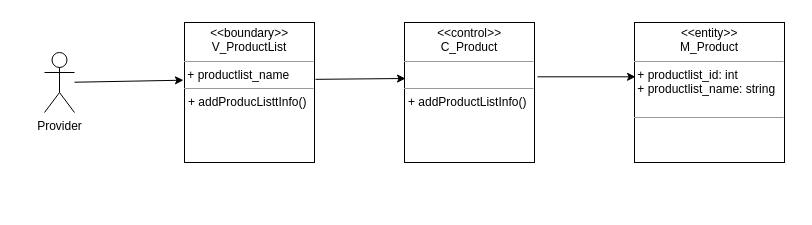
The draw.io diagram Lop_tham_gia_Usecase/ThemDanhMucSanPhamClass.drawio in hoangminh15/PTTKHT, before the edit. Source tidied: cells renumbered, new cells numbered last; positions are measured from the earlier drawing's top-left corner, leaving out a move shared by most shapes. Both pictures are drawn from the tidied source at 100%, with x=0, y=0 at pixel (44, 22).
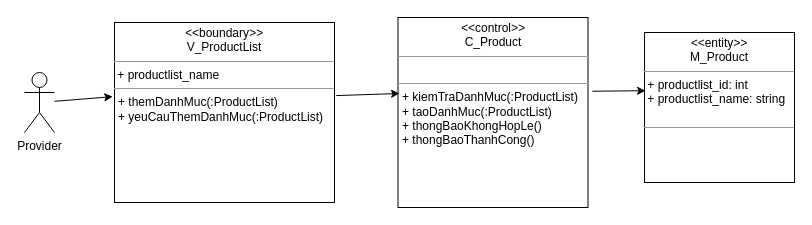
Above is the later version.

Change to the diagram source:
```diff
@@
 <mxGraphModel>
   <root>
     <mxCell id="0" />
     <mxCell id="1" parent="0" />
     <mxCell id="2" value="Provider" style="shape=umlActor;verticalLabelPosition=bottom;verticalAlign=top;html=1;" parent="1" vertex="1">
-      <mxGeometry y="30" width="30" height="60" as="geometry" />
+      <mxGeometry x="-20" y="50" width="30" height="60" as="geometry" />
     </mxCell>
-    <mxCell id="3" value="&lt;p style=&quot;margin: 0px ; margin-top: 4px ; text-align: center&quot;&gt;&lt;i&gt;&amp;lt;&lt;/i&gt;&amp;lt;boundary&lt;i&gt;&amp;gt;&amp;gt;&lt;/i&gt;&lt;br&gt;V_ProductList&lt;/p&gt;&lt;hr size=&quot;1&quot;&gt;&amp;nbsp;+ productlist_name&lt;br&gt;&lt;hr size=&quot;1&quot;&gt;&lt;p style=&quot;margin: 0px ; margin-left: 4px&quot;&gt;+ addProducListtInfo()&lt;br&gt;&lt;/p&gt;" style="verticalAlign=top;align=left;overflow=fill;fontSize=12;fontFamily=Helvetica;html=1;" parent="1" vertex="1">
-      <mxGeometry x="140" width="130" height="140" as="geometry" />
+    <mxCell id="3" value="&lt;p style=&quot;margin: 0px ; margin-top: 4px ; text-align: center&quot;&gt;&lt;i&gt;&amp;lt;&lt;/i&gt;&amp;lt;boundary&lt;i&gt;&amp;gt;&amp;gt;&lt;/i&gt;&lt;br&gt;V_ProductList&lt;/p&gt;&lt;hr size=&quot;1&quot;&gt;&amp;nbsp;+ productlist_name&lt;br&gt;&lt;hr size=&quot;1&quot;&gt;&lt;p style=&quot;margin: 0px ; margin-left: 4px&quot;&gt;+ themDanhMuc(:ProductList)&lt;/p&gt;&lt;p style=&quot;margin: 0px ; margin-left: 4px&quot;&gt;+ yeuCauThemDanhMuc(:ProductList)&lt;/p&gt;" style="verticalAlign=top;align=left;overflow=fill;fontSize=12;fontFamily=Helvetica;html=1;" parent="1" vertex="1">
+      <mxGeometry x="70" width="220" height="180" as="geometry" />
     </mxCell>
-    <mxCell id="4" value="&lt;p style=&quot;margin: 0px ; margin-top: 4px ; text-align: center&quot;&gt;&lt;i&gt;&amp;lt;&lt;/i&gt;&amp;lt;control&lt;i&gt;&amp;gt;&amp;gt;&lt;/i&gt;&lt;br&gt;C_Product&lt;/p&gt;&lt;hr size=&quot;1&quot;&gt;&lt;br&gt;&lt;hr size=&quot;1&quot;&gt;&lt;p style=&quot;margin: 0px ; margin-left: 4px&quot;&gt;+ addProductListInfo()&lt;br&gt;&lt;br&gt;&lt;/p&gt;" style="verticalAlign=top;align=left;overflow=fill;fontSize=12;fontFamily=Helvetica;html=1;" parent="1" vertex="1">
-      <mxGeometry x="360" width="130" height="140" as="geometry" />
+    <mxCell id="4" value="&lt;p style=&quot;margin: 0px ; margin-top: 4px ; text-align: center&quot;&gt;&lt;i&gt;&amp;lt;&lt;/i&gt;&amp;lt;control&lt;i&gt;&amp;gt;&amp;gt;&lt;/i&gt;&lt;br&gt;C_Product&lt;/p&gt;&lt;hr size=&quot;1&quot;&gt;&lt;br&gt;&lt;hr size=&quot;1&quot;&gt;&lt;p style=&quot;margin: 0px ; margin-left: 4px&quot;&gt;+ kiemTraDanhMuc(:ProductList)&lt;/p&gt;&lt;p style=&quot;margin: 0px ; margin-left: 4px&quot;&gt;+ taoDanhMuc(:ProductList)&lt;/p&gt;&lt;p style=&quot;margin: 0px ; margin-left: 4px&quot;&gt;+ thongBaoKhongHopLe()&lt;/p&gt;&lt;p style=&quot;margin: 0px ; margin-left: 4px&quot;&gt;+ thongBaoThanhCong()&lt;br&gt;&lt;/p&gt;" style="verticalAlign=top;align=left;overflow=fill;fontSize=12;fontFamily=Helvetica;html=1;" parent="1" vertex="1">
+      <mxGeometry x="353.5" y="-5" width="190" height="190" as="geometry" />
     </mxCell>
     <mxCell id="5" style="endArrow=classic;html=1;exitX=1.008;exitY=0.406;exitDx=0;exitDy=0;exitPerimeter=0;entryX=0.008;entryY=0.4;entryDx=0;entryDy=0;entryPerimeter=0;" parent="1" edge="1" source="3" target="4">
       <mxGeometry relative="1" as="geometry" />
     </mxCell>
     <mxCell id="6" style="endArrow=classic;html=1;entryX=-0.008;entryY=0.412;entryDx=0;entryDy=0;entryPerimeter=0;" parent="1" edge="1" source="2" target="3">
       <mxGeometry relative="1" as="geometry" />
     </mxCell>
     <mxCell id="7" value="&lt;p style=&quot;margin: 0px ; margin-top: 4px ; text-align: center&quot;&gt;&lt;i&gt;&amp;lt;&lt;/i&gt;&amp;lt;entity&lt;i&gt;&amp;gt;&amp;gt;&lt;/i&gt;&lt;br&gt;M_Product&lt;/p&gt;&lt;hr size=&quot;1&quot;&gt;&lt;div&gt;&amp;nbsp;+ productlist_id: int&lt;br&gt;&lt;/div&gt;&lt;div&gt;&amp;nbsp;+ productlist_name: string&lt;br&gt;&lt;/div&gt;&lt;br&gt;&lt;hr size=&quot;1&quot;&gt;&lt;p style=&quot;margin: 0px ; margin-left: 4px&quot;&gt;&lt;br&gt;&lt;br&gt;&lt;/p&gt;" style="verticalAlign=top;align=left;overflow=fill;fontSize=12;fontFamily=Helvetica;html=1;" parent="1" vertex="1">
-      <mxGeometry x="590" width="150" height="140" as="geometry" />
+      <mxGeometry x="600" y="10" width="150" height="150" as="geometry" />
     </mxCell>
     <mxCell id="8" style="endArrow=classic;html=1;exitX=1.023;exitY=0.388;exitDx=0;exitDy=0;exitPerimeter=0;entryX=0.007;entryY=0.388;entryDx=0;entryDy=0;entryPerimeter=0;" parent="1" edge="1" source="4" target="7">
       <mxGeometry relative="1" as="geometry" />
     </mxCell>
   </root>
 </mxGraphModel>
```
